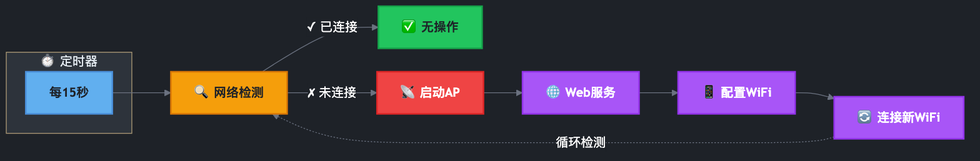
Above: .github/images/wifi-fallback-workflow.png in CairoLee/RPi-WiFi-Fallback (Mermaid), before the change. Its source is kept beside it as diagrams/wifi-fallback-workflow.mmd.
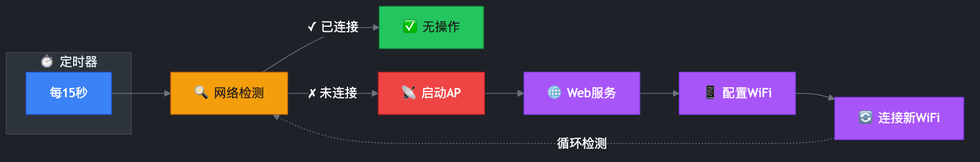
After the change.

Commit message:
chore: 更新 .gitignore 和流程图相关文件

Diff of the diagram source:
```diff
@@ -11,6 +11,7 @@
     'mainBkg': '#1e2228',
     'nodeBorder': '#528bff',
     'clusterBkg': '#2d333b',
+    'clusterBorder': '#444c56',
     'titleColor': '#e6edf3',
     'edgeLabelBackground': '#1e2228'
   },
@@ -37,11 +38,11 @@
 
     RESTORE -.-> |"循环检测"| CHECK
 
-    classDef timerStyle fill:#61afef,stroke:#4a8fd9,stroke-width:2px,color:#1e2228,font-weight:bold
-    classDef checkStyle fill:#f59e0b,stroke:#d97706,stroke-width:2px,color:#1e2228,font-weight:bold
-    classDef successStyle fill:#22c55e,stroke:#16a34a,stroke-width:2px,color:#1e2228,font-weight:bold
-    classDef failStyle fill:#ef4444,stroke:#dc2626,stroke-width:2px,color:#ffffff,font-weight:bold
-    classDef actionStyle fill:#a855f7,stroke:#9333ea,stroke-width:2px,color:#ffffff,font-weight:bold
+    classDef timerStyle fill:#3b82f6,stroke:#1d4ed8,stroke-width:1px,color:#ffffff
+    classDef checkStyle fill:#f59e0b,stroke:#b45309,stroke-width:1px,color:#1c1917
+    classDef successStyle fill:#22c55e,stroke:#15803d,stroke-width:1px,color:#1c1917
+    classDef failStyle fill:#ef4444,stroke:#b91c1c,stroke-width:1px,color:#ffffff
+    classDef actionStyle fill:#a855f7,stroke:#7c3aed,stroke-width:1px,color:#ffffff
 
     class T timerStyle
     class CHECK checkStyle
```
